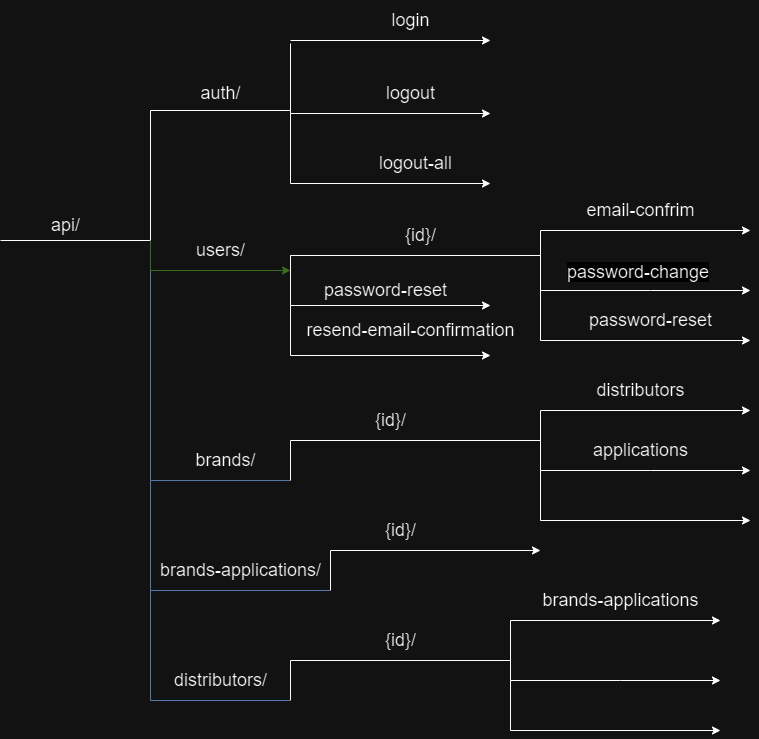
Before: Majna-API-endpoints.png, a diagram exported from draw.io (mohamedAbdelaleem/Majna-e-commerce). Source tidied: cells renumbered, new cells last; positions are measured from the earlier drawing's top-left corner, leaving out a move shared by most shapes. The source it was exported from:
```xml
<mxGraphModel>
  <root>
    <mxCell id="0" />
    <mxCell id="1" parent="0" />
    <mxCell id="2" style="endArrow=none;html=1;rounded=0;endFill=0;" parent="1" edge="1">
      <mxGeometry relative="1" as="geometry">
        <mxPoint y="240" as="sourcePoint" />
        <mxPoint x="150" y="240" as="targetPoint" />
      </mxGeometry>
    </mxCell>
    <mxCell id="3" value="&lt;font style=&quot;font-size: 18px;&quot;&gt;api/&lt;/font&gt;" style="text;html=1;align=center;verticalAlign=middle;strokeColor=none;fillColor=none;" parent="1" vertex="1">
      <mxGeometry x="40" y="205" width="50" height="40" as="geometry" />
    </mxCell>
    <mxCell id="4" style="edgeStyle=none;orthogonalLoop=1;jettySize=auto;html=1;rounded=0;endArrow=none;endFill=0;" parent="1" edge="1">
      <mxGeometry relative="1" as="geometry">
        <mxPoint x="150" y="240" as="sourcePoint" />
        <mxPoint x="290" y="110" as="targetPoint" />
        <Array as="points">
          <mxPoint x="150" y="110" />
        </Array>
      </mxGeometry>
    </mxCell>
    <mxCell id="5" value="&lt;font style=&quot;font-size: 18px;&quot;&gt;auth/&lt;/font&gt;" style="text;html=1;align=center;verticalAlign=middle;strokeColor=none;fillColor=none;" parent="1" vertex="1">
      <mxGeometry x="190" y="73" width="60" height="40" as="geometry" />
    </mxCell>
    <mxCell id="6" style="edgeStyle=none;orthogonalLoop=1;jettySize=auto;html=1;rounded=0;" parent="1" edge="1">
      <mxGeometry relative="1" as="geometry">
        <mxPoint x="290" y="40" as="sourcePoint" />
        <mxPoint x="490" y="40" as="targetPoint" />
        <Array as="points">
          <mxPoint x="290" y="40" />
        </Array>
      </mxGeometry>
    </mxCell>
    <mxCell id="7" value="&lt;font style=&quot;font-size: 18px;&quot;&gt;&lt;font style=&quot;&quot;&gt;login&lt;/font&gt;&lt;/font&gt;" style="text;html=1;align=center;verticalAlign=middle;strokeColor=none;fillColor=none;" parent="1" vertex="1">
      <mxGeometry x="380" width="60" height="40" as="geometry" />
    </mxCell>
    <mxCell id="8" style="edgeStyle=none;orthogonalLoop=1;jettySize=auto;html=1;rounded=0;" parent="1" edge="1">
      <mxGeometry relative="1" as="geometry">
        <mxPoint x="290" y="43" as="sourcePoint" />
        <mxPoint x="490" y="113" as="targetPoint" />
        <Array as="points">
          <mxPoint x="290" y="113" />
        </Array>
      </mxGeometry>
    </mxCell>
    <mxCell id="9" value="&lt;font style=&quot;font-size: 18px;&quot;&gt;&lt;font style=&quot;&quot;&gt;logout&lt;/font&gt;&lt;/font&gt;" style="text;html=1;align=center;verticalAlign=middle;strokeColor=none;fillColor=none;" parent="1" vertex="1">
      <mxGeometry x="375" y="73" width="70" height="40" as="geometry" />
    </mxCell>
    <mxCell id="10" style="edgeStyle=none;orthogonalLoop=1;jettySize=auto;html=1;rounded=0;" parent="1" edge="1">
      <mxGeometry relative="1" as="geometry">
        <mxPoint x="290" y="113" as="sourcePoint" />
        <mxPoint x="490" y="183" as="targetPoint" />
        <Array as="points">
          <mxPoint x="290" y="183" />
        </Array>
      </mxGeometry>
    </mxCell>
    <mxCell id="11" value="&lt;font style=&quot;font-size: 18px;&quot;&gt;&lt;font style=&quot;&quot;&gt;logout-all&lt;/font&gt;&lt;/font&gt;" style="text;html=1;align=center;verticalAlign=middle;strokeColor=none;fillColor=none;" parent="1" vertex="1">
      <mxGeometry x="365" y="143" width="100" height="40" as="geometry" />
    </mxCell>
    <mxCell id="12" style="edgeStyle=none;orthogonalLoop=1;jettySize=auto;html=1;rounded=0;fillColor=#d5e8d4;strokeColor=#82b366;" parent="1" edge="1">
      <mxGeometry relative="1" as="geometry">
        <mxPoint x="150" y="240" as="sourcePoint" />
        <mxPoint x="290" y="270" as="targetPoint" />
        <Array as="points">
          <mxPoint x="150" y="270" />
        </Array>
      </mxGeometry>
    </mxCell>
    <mxCell id="13" value="&lt;font style=&quot;font-size: 18px;&quot;&gt;users/&lt;/font&gt;" style="text;html=1;align=center;verticalAlign=middle;strokeColor=none;fillColor=none;" parent="1" vertex="1">
      <mxGeometry x="185" y="230" width="70" height="40" as="geometry" />
    </mxCell>
    <mxCell id="14" style="edgeStyle=none;orthogonalLoop=1;jettySize=auto;html=1;rounded=0;" parent="1" edge="1">
      <mxGeometry relative="1" as="geometry">
        <mxPoint x="540" y="290" as="sourcePoint" />
        <mxPoint x="750" y="340" as="targetPoint" />
        <Array as="points">
          <mxPoint x="540" y="340" />
        </Array>
      </mxGeometry>
    </mxCell>
    <mxCell id="15" value="&lt;font style=&quot;font-size: 18px;&quot;&gt;&lt;font style=&quot;&quot;&gt;resend-email-confirmation&lt;/font&gt;&lt;/font&gt;" style="text;html=1;align=center;verticalAlign=middle;strokeColor=none;fillColor=none;" parent="1" vertex="1">
      <mxGeometry x="295" y="310" width="230" height="40" as="geometry" />
    </mxCell>
    <mxCell id="16" style="edgeStyle=none;orthogonalLoop=1;jettySize=auto;html=1;rounded=0;" parent="1" edge="1">
      <mxGeometry relative="1" as="geometry">
        <mxPoint x="540" y="255" as="sourcePoint" />
        <mxPoint x="750" y="290" as="targetPoint" />
        <Array as="points">
          <mxPoint x="540" y="245" />
          <mxPoint x="540" y="290" />
          <mxPoint x="650" y="290" />
        </Array>
      </mxGeometry>
    </mxCell>
    <mxCell id="17" value="&lt;font style=&quot;font-size: 18px;&quot;&gt;&lt;font style=&quot;&quot;&gt;email-confrim&lt;/font&gt;&lt;/font&gt;" style="text;html=1;align=center;verticalAlign=middle;strokeColor=none;fillColor=none;" parent="1" vertex="1">
      <mxGeometry x="575" y="190" width="130" height="40" as="geometry" />
    </mxCell>
    <mxCell id="18" value="&lt;span style=&quot;font-size: 18px;&quot;&gt;password-reset&lt;/span&gt;" style="text;html=1;align=center;verticalAlign=middle;strokeColor=none;fillColor=none;" parent="1" vertex="1">
      <mxGeometry x="310" y="270" width="150" height="40" as="geometry" />
    </mxCell>
    <mxCell id="19" style="edgeStyle=none;orthogonalLoop=1;jettySize=auto;html=1;rounded=0;endArrow=none;endFill=0;" parent="1" edge="1">
      <mxGeometry relative="1" as="geometry">
        <mxPoint x="290" y="260" as="sourcePoint" />
        <mxPoint x="540" y="255" as="targetPoint" />
        <Array as="points">
          <mxPoint x="290" y="255" />
        </Array>
      </mxGeometry>
    </mxCell>
    <mxCell id="20" value="&lt;font style=&quot;font-size: 18px;&quot;&gt;&lt;font style=&quot;&quot;&gt;{id}/&lt;/font&gt;&lt;/font&gt;" style="text;html=1;align=center;verticalAlign=middle;strokeColor=none;fillColor=none;" parent="1" vertex="1">
      <mxGeometry x="395" y="215" width="50" height="40" as="geometry" />
    </mxCell>
    <mxCell id="21" style="edgeStyle=none;orthogonalLoop=1;jettySize=auto;html=1;rounded=0;" parent="1" edge="1">
      <mxGeometry relative="1" as="geometry">
        <mxPoint x="290" y="255" as="sourcePoint" />
        <mxPoint x="490" y="305" as="targetPoint" />
        <Array as="points">
          <mxPoint x="290" y="305" />
        </Array>
      </mxGeometry>
    </mxCell>
    <mxCell id="22" value="&lt;span style=&quot;font-size: 18px;&quot;&gt;password-reset&lt;/span&gt;" style="text;html=1;align=center;verticalAlign=middle;strokeColor=none;fillColor=none;" parent="1" vertex="1">
      <mxGeometry x="575" y="300" width="150" height="40" as="geometry" />
    </mxCell>
    <mxCell id="23" style="edgeStyle=none;orthogonalLoop=1;jettySize=auto;html=1;rounded=0;" parent="1" edge="1">
      <mxGeometry relative="1" as="geometry">
        <mxPoint x="290" y="305" as="sourcePoint" />
        <mxPoint x="490" y="355" as="targetPoint" />
        <Array as="points">
          <mxPoint x="290" y="355" />
        </Array>
      </mxGeometry>
    </mxCell>
    <mxCell id="24" style="edgeStyle=none;orthogonalLoop=1;jettySize=auto;html=1;rounded=0;" parent="1" edge="1">
      <mxGeometry relative="1" as="geometry">
        <mxPoint x="540" y="255" as="sourcePoint" />
        <mxPoint x="750" y="230" as="targetPoint" />
        <Array as="points">
          <mxPoint x="540" y="230" />
        </Array>
      </mxGeometry>
    </mxCell>
    <mxCell id="25" value="&lt;span style=&quot;color: rgb(0, 0, 0); font-family: Helvetica; font-size: 18px; font-style: normal; font-variant-ligatures: normal; font-variant-caps: normal; font-weight: 400; letter-spacing: normal; orphans: 2; text-align: center; text-indent: 0px; text-transform: none; widows: 2; word-spacing: 0px; -webkit-text-stroke-width: 0px; background-color: rgb(255, 255, 255); text-decoration-thickness: initial; text-decoration-style: initial; text-decoration-color: initial; float: none; display: inline !important;&quot;&gt;password-change&lt;/span&gt;" style="text;whiteSpace=wrap;html=1;" parent="1" vertex="1">
      <mxGeometry x="565" y="255" width="170" height="35" as="geometry" />
    </mxCell>
    <mxCell id="26" style="edgeStyle=none;orthogonalLoop=1;jettySize=auto;html=1;rounded=0;endArrow=none;endFill=0;fillColor=#dae8fc;strokeColor=#6c8ebf;" parent="1" edge="1">
      <mxGeometry relative="1" as="geometry">
        <mxPoint x="150" y="270" as="sourcePoint" />
        <mxPoint x="290" y="480" as="targetPoint" />
        <Array as="points">
          <mxPoint x="150" y="480" />
        </Array>
      </mxGeometry>
    </mxCell>
    <mxCell id="27" value="&lt;font style=&quot;font-size: 18px;&quot;&gt;brands/&lt;/font&gt;" style="text;html=1;align=center;verticalAlign=middle;strokeColor=none;fillColor=none;" parent="1" vertex="1">
      <mxGeometry x="185" y="440" width="80" height="40" as="geometry" />
    </mxCell>
    <mxCell id="28" style="edgeStyle=none;orthogonalLoop=1;jettySize=auto;html=1;rounded=0;endArrow=none;endFill=0;" parent="1" edge="1">
      <mxGeometry relative="1" as="geometry">
        <mxPoint x="290" y="480" as="sourcePoint" />
        <mxPoint x="540" y="440" as="targetPoint" />
        <Array as="points">
          <mxPoint x="290" y="440" />
        </Array>
      </mxGeometry>
    </mxCell>
    <mxCell id="29" value="&lt;font style=&quot;font-size: 18px;&quot;&gt;&lt;font style=&quot;&quot;&gt;{id}/&lt;/font&gt;&lt;/font&gt;" style="text;html=1;align=center;verticalAlign=middle;strokeColor=none;fillColor=none;" parent="1" vertex="1">
      <mxGeometry x="365" y="400" width="50" height="40" as="geometry" />
    </mxCell>
    <mxCell id="30" style="edgeStyle=none;orthogonalLoop=1;jettySize=auto;html=1;rounded=0;" parent="1" edge="1">
      <mxGeometry relative="1" as="geometry">
        <mxPoint x="540" y="470" as="sourcePoint" />
        <mxPoint x="750" y="520" as="targetPoint" />
        <Array as="points">
          <mxPoint x="540" y="520" />
        </Array>
      </mxGeometry>
    </mxCell>
    <mxCell id="31" style="edgeStyle=none;orthogonalLoop=1;jettySize=auto;html=1;rounded=0;" parent="1" edge="1">
      <mxGeometry relative="1" as="geometry">
        <mxPoint x="540" y="435" as="sourcePoint" />
        <mxPoint x="750" y="470" as="targetPoint" />
        <Array as="points">
          <mxPoint x="540" y="425" />
          <mxPoint x="540" y="470" />
          <mxPoint x="650" y="470" />
        </Array>
      </mxGeometry>
    </mxCell>
    <mxCell id="32" value="&lt;font style=&quot;font-size: 18px;&quot;&gt;&lt;font style=&quot;&quot;&gt;distributors&lt;br&gt;&lt;/font&gt;&lt;/font&gt;" style="text;html=1;align=center;verticalAlign=middle;strokeColor=none;fillColor=none;" parent="1" vertex="1">
      <mxGeometry x="585" y="370" width="110" height="40" as="geometry" />
    </mxCell>
    <mxCell id="33" style="edgeStyle=none;orthogonalLoop=1;jettySize=auto;html=1;rounded=0;" parent="1" edge="1">
      <mxGeometry relative="1" as="geometry">
        <mxPoint x="540" y="435" as="sourcePoint" />
        <mxPoint x="750" y="410" as="targetPoint" />
        <Array as="points">
          <mxPoint x="540" y="410" />
        </Array>
      </mxGeometry>
    </mxCell>
    <mxCell id="34" value="&lt;font style=&quot;font-size: 18px;&quot;&gt;&lt;font style=&quot;&quot;&gt;applications&lt;br&gt;&lt;/font&gt;&lt;/font&gt;" style="text;html=1;align=center;verticalAlign=middle;strokeColor=none;fillColor=none;" parent="1" vertex="1">
      <mxGeometry x="580" y="430" width="120" height="40" as="geometry" />
    </mxCell>
    <mxCell id="35" value="&lt;font style=&quot;font-size: 18px;&quot;&gt;brands-applications/&lt;/font&gt;" style="text;html=1;align=center;verticalAlign=middle;strokeColor=none;fillColor=none;" parent="1" vertex="1">
      <mxGeometry x="150" y="550" width="180" height="40" as="geometry" />
    </mxCell>
    <mxCell id="36" style="edgeStyle=none;orthogonalLoop=1;jettySize=auto;html=1;rounded=0;endArrow=classic;endFill=1;" parent="1" edge="1">
      <mxGeometry relative="1" as="geometry">
        <mxPoint x="330" y="590" as="sourcePoint" />
        <mxPoint x="540" y="550" as="targetPoint" />
        <Array as="points">
          <mxPoint x="330" y="550" />
        </Array>
      </mxGeometry>
    </mxCell>
    <mxCell id="37" value="&lt;font style=&quot;font-size: 18px;&quot;&gt;&lt;font style=&quot;&quot;&gt;{id}/&lt;/font&gt;&lt;/font&gt;" style="text;html=1;align=center;verticalAlign=middle;strokeColor=none;fillColor=none;" parent="1" vertex="1">
      <mxGeometry x="375" y="510" width="50" height="40" as="geometry" />
    </mxCell>
    <mxCell id="38" style="edgeStyle=none;orthogonalLoop=1;jettySize=auto;html=1;rounded=0;endArrow=none;endFill=0;fillColor=#dae8fc;strokeColor=#6c8ebf;" parent="1" edge="1">
      <mxGeometry relative="1" as="geometry">
        <mxPoint x="150" y="480" as="sourcePoint" />
        <mxPoint x="330" y="590" as="targetPoint" />
        <Array as="points">
          <mxPoint x="150" y="590" />
        </Array>
      </mxGeometry>
    </mxCell>
    <mxCell id="39" value="&lt;font style=&quot;font-size: 18px;&quot;&gt;distributors/&lt;/font&gt;" style="text;html=1;align=center;verticalAlign=middle;strokeColor=none;fillColor=none;" parent="1" vertex="1">
      <mxGeometry x="160" y="660" width="120" height="40" as="geometry" />
    </mxCell>
    <mxCell id="40" style="edgeStyle=none;orthogonalLoop=1;jettySize=auto;html=1;rounded=0;endArrow=none;endFill=0;" parent="1" edge="1">
      <mxGeometry relative="1" as="geometry">
        <mxPoint x="290" y="700" as="sourcePoint" />
        <mxPoint x="510" y="660" as="targetPoint" />
        <Array as="points">
          <mxPoint x="290" y="660" />
        </Array>
      </mxGeometry>
    </mxCell>
    <mxCell id="41" value="&lt;font style=&quot;font-size: 18px;&quot;&gt;&lt;font style=&quot;&quot;&gt;{id}/&lt;/font&gt;&lt;/font&gt;" style="text;html=1;align=center;verticalAlign=middle;strokeColor=none;fillColor=none;" parent="1" vertex="1">
      <mxGeometry x="375" y="620" width="50" height="40" as="geometry" />
    </mxCell>
    <mxCell id="42" style="edgeStyle=none;orthogonalLoop=1;jettySize=auto;html=1;rounded=0;endArrow=none;endFill=0;fillColor=#dae8fc;strokeColor=#6c8ebf;" parent="1" edge="1">
      <mxGeometry relative="1" as="geometry">
        <mxPoint x="150" y="590" as="sourcePoint" />
        <mxPoint x="290" y="700" as="targetPoint" />
        <Array as="points">
          <mxPoint x="150" y="700" />
        </Array>
      </mxGeometry>
    </mxCell>
    <mxCell id="43" style="edgeStyle=none;orthogonalLoop=1;jettySize=auto;html=1;rounded=0;" parent="1" edge="1">
      <mxGeometry relative="1" as="geometry">
        <mxPoint x="510" y="680" as="sourcePoint" />
        <mxPoint x="720" y="730" as="targetPoint" />
        <Array as="points">
          <mxPoint x="510" y="730" />
        </Array>
      </mxGeometry>
    </mxCell>
    <mxCell id="44" style="edgeStyle=none;orthogonalLoop=1;jettySize=auto;html=1;rounded=0;" parent="1" edge="1">
      <mxGeometry relative="1" as="geometry">
        <mxPoint x="510" y="645" as="sourcePoint" />
        <mxPoint x="720" y="680" as="targetPoint" />
        <Array as="points">
          <mxPoint x="510" y="635" />
          <mxPoint x="510" y="680" />
          <mxPoint x="620" y="680" />
        </Array>
      </mxGeometry>
    </mxCell>
    <mxCell id="45" style="edgeStyle=none;orthogonalLoop=1;jettySize=auto;html=1;rounded=0;" parent="1" edge="1">
      <mxGeometry relative="1" as="geometry">
        <mxPoint x="510" y="645" as="sourcePoint" />
        <mxPoint x="720" y="620" as="targetPoint" />
        <Array as="points">
          <mxPoint x="510" y="620" />
        </Array>
      </mxGeometry>
    </mxCell>
    <mxCell id="46" value="&lt;font style=&quot;font-size: 18px;&quot;&gt;&lt;font style=&quot;&quot;&gt;brands-applications&lt;br&gt;&lt;/font&gt;&lt;/font&gt;" style="text;html=1;align=center;verticalAlign=middle;strokeColor=none;fillColor=none;" parent="1" vertex="1">
      <mxGeometry x="530" y="580" width="180" height="40" as="geometry" />
    </mxCell>
  </root>
</mxGraphModel>
```
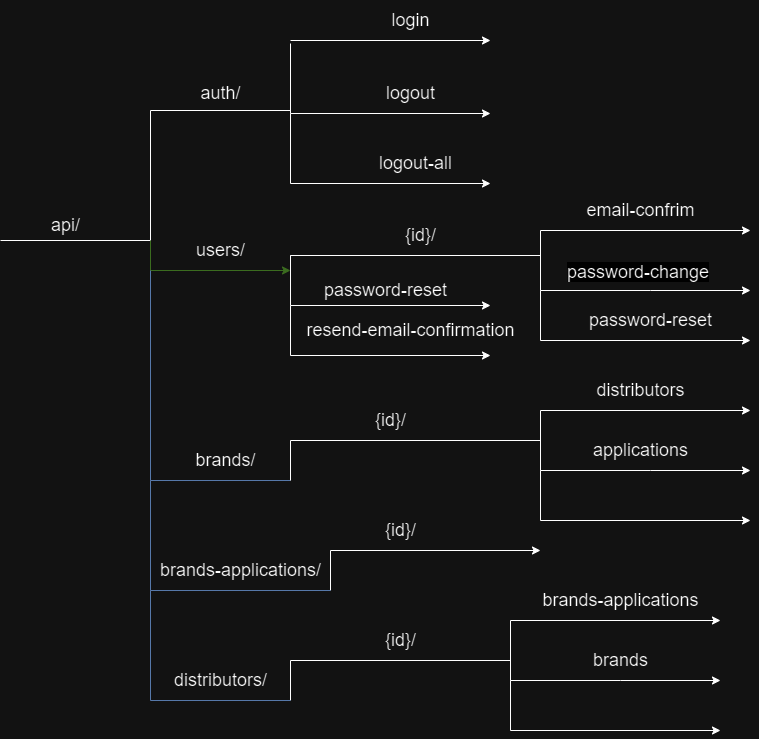
Above is the later version.

What changed in the source:
```diff
@@ -284,5 +284,8 @@
     <mxCell id="46" value="&lt;font style=&quot;font-size: 18px;&quot;&gt;&lt;font style=&quot;&quot;&gt;brands-applications&lt;br&gt;&lt;/font&gt;&lt;/font&gt;" style="text;html=1;align=center;verticalAlign=middle;strokeColor=none;fillColor=none;" parent="1" vertex="1">
       <mxGeometry x="530" y="580" width="180" height="40" as="geometry" />
     </mxCell>
+    <mxCell id="47" value="&lt;font style=&quot;font-size: 18px;&quot;&gt;&lt;font style=&quot;&quot;&gt;brands&lt;br&gt;&lt;/font&gt;&lt;/font&gt;" style="text;html=1;align=center;verticalAlign=middle;strokeColor=none;fillColor=none;" parent="1" vertex="1">
+      <mxGeometry x="580" y="640" width="80" height="40" as="geometry" />
+    </mxCell>
   </root>
 </mxGraphModel>
```
